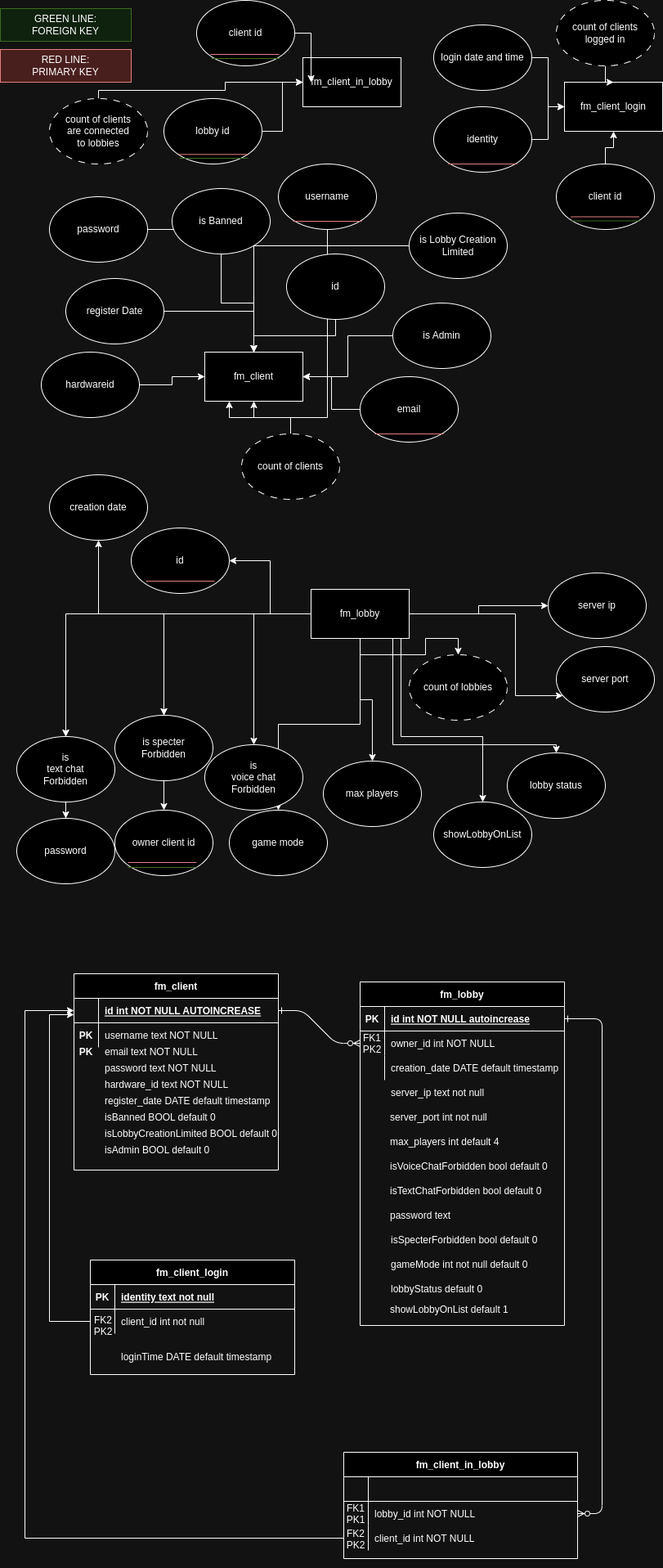
The draw.io diagram docs/database/server/server-database-dark.png in turnaduw/fluffyMultiplayer, before a commit. Source tidied: cells renumbered, new cells last; positions are measured from the earlier drawing's top-left corner, leaving out a move shared by most shapes.
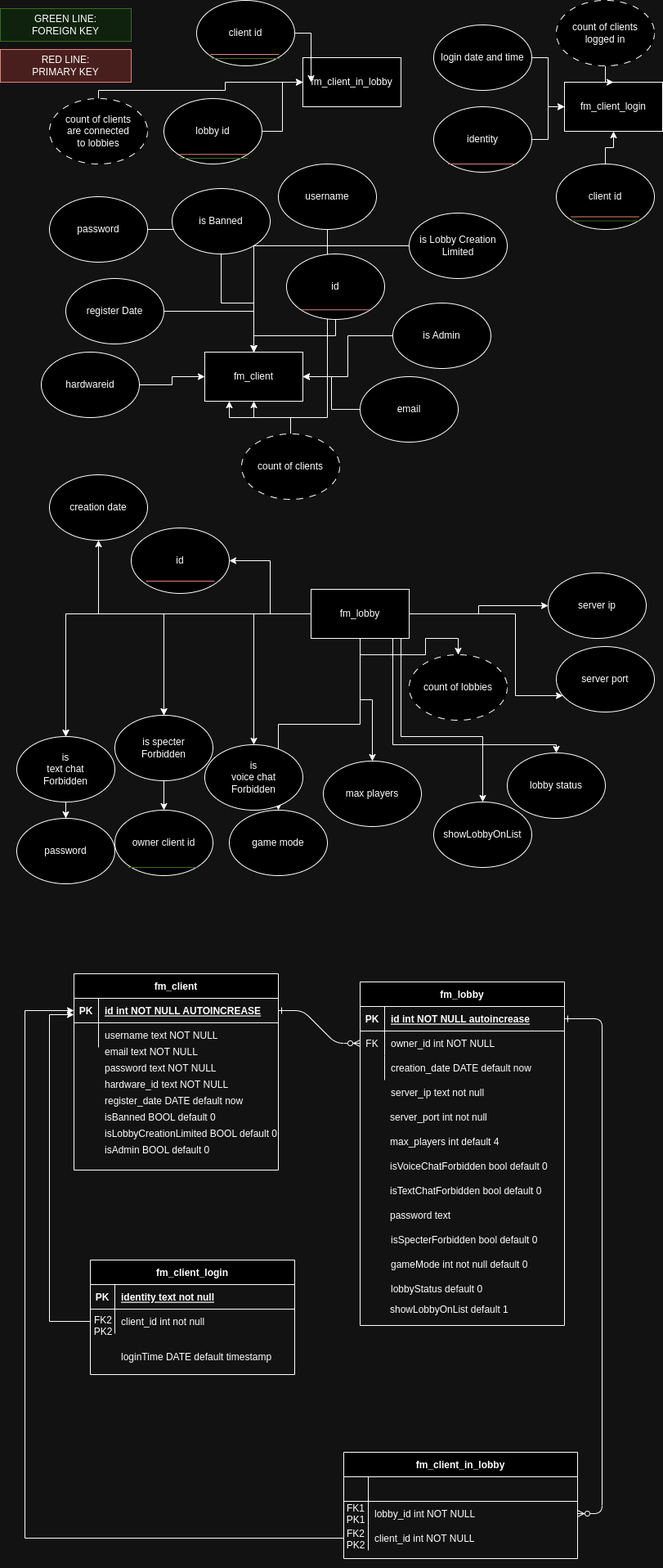
Later version of the same file.

Diff of the diagram source:
```diff
@@ -245,18 +245,9 @@
         <mxPoint x="632" y="200" as="targetPoint" />
       </mxGeometry>
     </mxCell>
-    <mxCell id="70" style="endArrow=none;html=1;rounded=0;exitX=0;exitY=1;exitDx=0;exitDy=0;entryX=1;entryY=1;entryDx=0;entryDy=0;fillColor=#f8cecc;strokeColor=#b85450;" parent="1" edge="1">
-      <mxGeometry relative="1" as="geometry">
-        <mxPoint x="358" y="270" as="sourcePoint" />
-        <mxPoint x="442" y="270" as="targetPoint" />
-      </mxGeometry>
+    <mxCell id="70" style="endArrow=none;html=1;rounded=0;exitX=0;exitY=1;exitDx=0;exitDy=0;entryX=1;entryY=1;entryDx=0;entryDy=0;fillColor=#f8cecc;strokeColor=#b85450;" parent="1" edge="1" source="55" target="55">
+      <mxGeometry relative="1" as="geometry" />
     </mxCell>
-    <mxCell id="71" style="endArrow=none;html=1;rounded=0;exitX=0;exitY=1;exitDx=0;exitDy=0;entryX=1;entryY=1;entryDx=0;entryDy=0;fillColor=#f8cecc;strokeColor=#b85450;" parent="1" edge="1">
-      <mxGeometry relative="1" as="geometry">
-        <mxPoint x="458" y="530" as="sourcePoint" />
-        <mxPoint x="542" y="530" as="targetPoint" />
-      </mxGeometry>
-    </mxCell>
     <mxCell id="72" value="RED LINE:&lt;br&gt;PRIMARY KEY" style="text;html=1;strokeColor=#b85450;fillColor=#f8cecc;align=center;verticalAlign=middle;whiteSpace=wrap;rounded=0;" parent="1" vertex="1">
       <mxGeometry y="60" width="160" height="40" as="geometry" />
     </mxCell>
@@ -287,7 +278,7 @@
     <mxCell id="81" style="shape=partialRectangle;fillColor=none;points=[[0,0.5],[1,0.5]];portConstraint=eastwest;top=0;left=0;right=0;bottom=0;" parent="77" vertex="1">
       <mxGeometry y="60" width="250" height="30" as="geometry" />
     </mxCell>
-    <mxCell id="82" value="FK1&#10;PK2" style="shape=partialRectangle;overflow=hidden;fillColor=none;top=0;left=0;bottom=0;right=0;" parent="81" vertex="1">
+    <mxCell id="82" value="FK" style="shape=partialRectangle;overflow=hidden;fillColor=none;top=0;left=0;bottom=0;right=0;" parent="81" vertex="1">
       <mxGeometry width="30" height="30" as="geometry" />
     </mxCell>
     <mxCell id="83" value="owner_id int NOT NULL" style="shape=partialRectangle;overflow=hidden;fillColor=none;top=0;left=0;bottom=0;right=0;align=left;spacingLeft=6;" parent="81" vertex="1">
@@ -299,7 +290,7 @@
     <mxCell id="85" style="shape=partialRectangle;overflow=hidden;fillColor=none;top=0;left=0;bottom=0;right=0;" parent="84" vertex="1">
       <mxGeometry width="30" height="30" as="geometry" />
     </mxCell>
-    <mxCell id="86" value="creation_date DATE default timestamp" style="shape=partialRectangle;overflow=hidden;fillColor=none;top=0;left=0;bottom=0;right=0;align=left;spacingLeft=6;" parent="84" vertex="1">
+    <mxCell id="86" value="creation_date DATE default now" style="shape=partialRectangle;overflow=hidden;fillColor=none;top=0;left=0;bottom=0;right=0;align=left;spacingLeft=6;" parent="84" vertex="1">
       <mxGeometry x="30" width="220" height="30" as="geometry" />
     </mxCell>
     <mxCell id="87" value="fm_client_in_lobby" style="shape=table;startSize=30;rowLines=0;fontStyle=1;align=center;" parent="1" vertex="1">
@@ -347,7 +338,7 @@
     <mxCell id="101" style="shape=partialRectangle;fillColor=none;top=0;left=0;right=0;bottom=0;" parent="97" vertex="1">
       <mxGeometry y="60" width="250" height="30" as="geometry" />
     </mxCell>
-    <mxCell id="102" value="PK" style="shape=partialRectangle;overflow=hidden;fillColor=none;top=0;left=0;bottom=0;right=0;fontStyle=1;" parent="101" vertex="1">
+    <mxCell id="102" style="shape=partialRectangle;overflow=hidden;fillColor=none;top=0;left=0;bottom=0;right=0;fontStyle=1;" parent="101" vertex="1">
       <mxGeometry width="30" height="30" as="geometry" />
     </mxCell>
     <mxCell id="103" value="username text NOT NULL" style="shape=partialRectangle;overflow=hidden;fillColor=none;top=0;left=0;bottom=0;right=0;align=left;spacingLeft=6;" parent="101" vertex="1">
@@ -384,7 +375,7 @@
       <mxGeometry x="120" y="1270" width="220" height="30" as="geometry" />
     </mxCell>
     <mxCell id="113" value="PK" style="shape=partialRectangle;overflow=hidden;fillColor=none;top=0;left=0;bottom=0;right=0;fontStyle=1;" parent="1" vertex="1">
-      <mxGeometry x="90" y="1270" width="30" height="30" as="geometry" />
+      <mxGeometry x="90" y="1220" width="30" height="30" as="geometry" />
     </mxCell>
     <mxCell id="114" value="password text NOT NULL" style="shape=partialRectangle;overflow=hidden;fillColor=none;top=0;left=0;bottom=0;right=0;align=left;spacingLeft=6;" parent="1" vertex="1">
       <mxGeometry x="120" y="1290" width="220" height="30" as="geometry" />
@@ -392,7 +383,7 @@
     <mxCell id="115" value="hardware_id text NOT NULL" style="shape=partialRectangle;overflow=hidden;fillColor=none;top=0;left=0;bottom=0;right=0;align=left;spacingLeft=6;" parent="1" vertex="1">
       <mxGeometry x="120" y="1310" width="220" height="30" as="geometry" />
     </mxCell>
-    <mxCell id="116" value="register_date DATE default timestamp" style="shape=partialRectangle;overflow=hidden;fillColor=none;top=0;left=0;bottom=0;right=0;align=left;spacingLeft=6;" parent="1" vertex="1">
+    <mxCell id="116" value="register_date DATE default now" style="shape=partialRectangle;overflow=hidden;fillColor=none;top=0;left=0;bottom=0;right=0;align=left;spacingLeft=6;" parent="1" vertex="1">
       <mxGeometry x="120" y="1330" width="220" height="30" as="geometry" />
     </mxCell>
     <mxCell id="117" value="isBanned BOOL default 0" style="shape=partialRectangle;overflow=hidden;fillColor=none;top=0;left=0;bottom=0;right=0;align=left;spacingLeft=6;" parent="1" vertex="1">
@@ -459,12 +450,6 @@
         <mxPoint x="240" y="1060" as="targetPoint" />
       </mxGeometry>
     </mxCell>
-    <mxCell id="134" style="endArrow=none;html=1;rounded=0;exitX=0;exitY=1;exitDx=0;exitDy=0;entryX=1;entryY=1;entryDx=0;entryDy=0;fillColor=#f8cecc;strokeColor=#b85450;" parent="1" edge="1">
-      <mxGeometry relative="1" as="geometry">
-        <mxPoint x="156" y="1054" as="sourcePoint" />
-        <mxPoint x="240" y="1054" as="targetPoint" />
-      </mxGeometry>
-    </mxCell>
     <mxCell id="135" value="count of lobbies" style="ellipse;whiteSpace=wrap;html=1;dashed=1;dashPattern=8 8;" parent="1" vertex="1">
       <mxGeometry x="500" y="800" width="120" height="80" as="geometry" />
     </mxCell>
```
